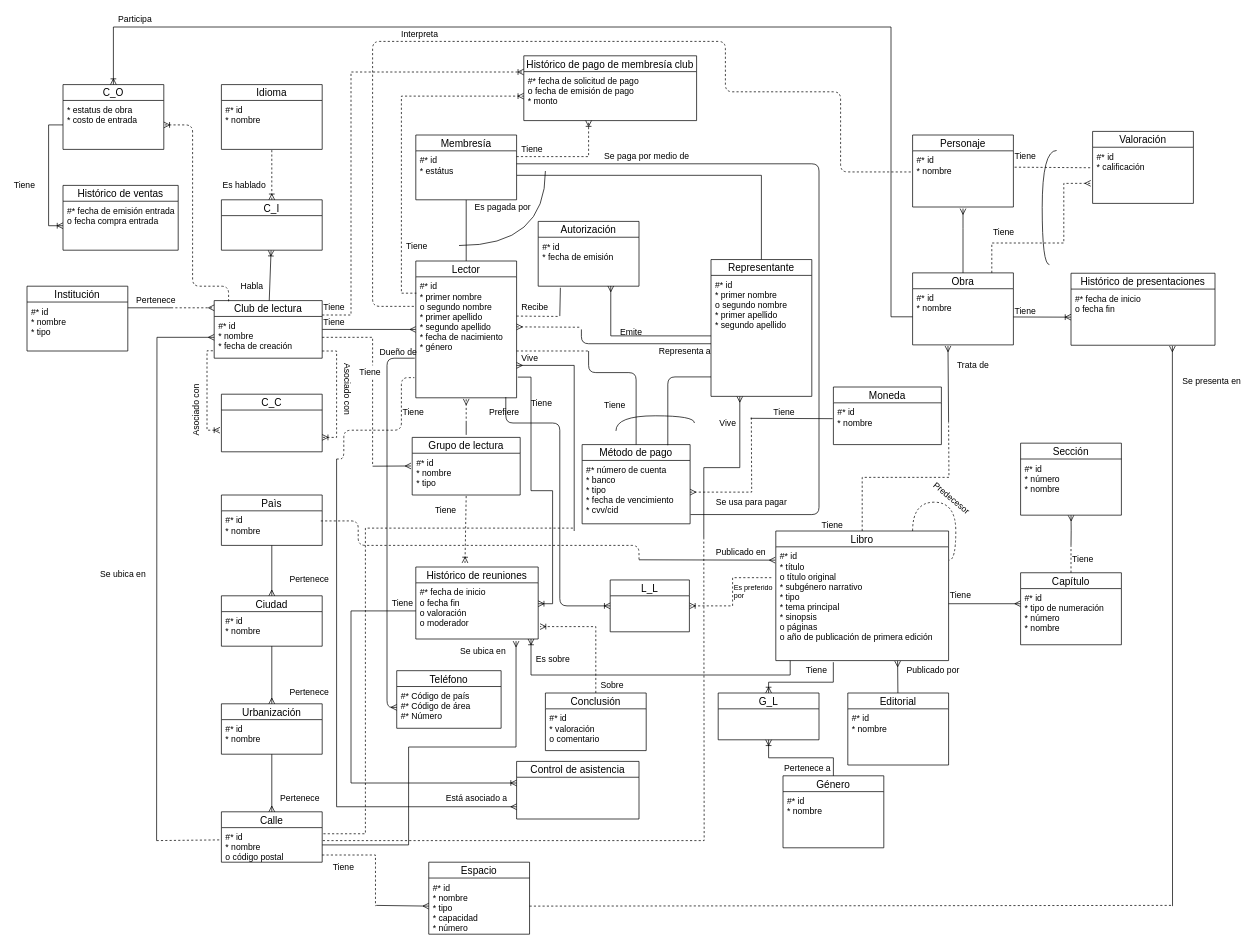
NeutronBlast/IS-Ex keeps this draw.io diagram as DB I/Hopefully this will be the last ER.drawio. Above is the earlier version. Source tidied: cells renumbered, new cells numbered last; positions are measured from the earlier drawing's top-left corner, leaving out a move shared by most shapes. Both pictures are drawn from the tidied source at 72%, with x=0, y=0 at pixel (12, 12).
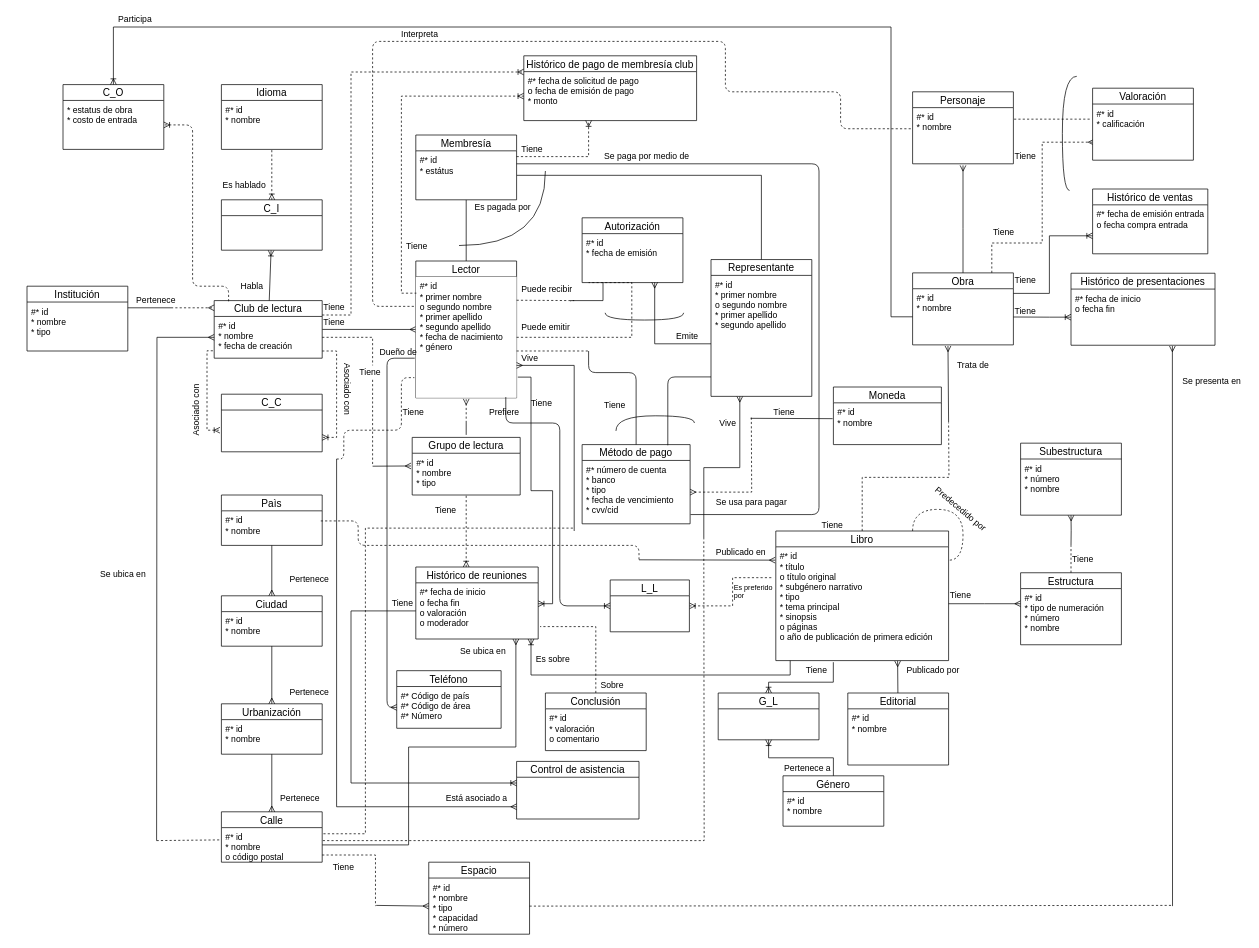
Above is the later version.

Commit message:
cambio capitulo,autorizacion y H_ventas

The change refers to these unchanged cells:
```xml
<mxCell id="10" value="Ciudad" style="swimlane;fontStyle=0;horizontal=1;startSize=22;fillColor=none;swimlaneFillColor=#ffffff;align=center;fontSize=14;" parent="1" vertex="1">
  <mxGeometry x="290" y="810" width="140" height="70" as="geometry" />
</mxCell>
<mxCell id="17" value="#* id&#10;* nombre&#10;o código postal&#10;" style="text;strokeColor=none;fillColor=none;spacingLeft=4;spacingRight=4;overflow=hidden;points=[[0,0.5],[1,0.5]];portConstraint=eastwest;fontSize=12;" parent="16" vertex="1">
  <mxGeometry y="22" width="140" height="48" as="geometry" />
</mxCell>
<mxCell id="18" value="Lector" style="swimlane;fontStyle=0;horizontal=1;startSize=22;fillColor=none;swimlaneFillColor=#ffffff;align=center;fontSize=14;" parent="1" vertex="1">
  <mxGeometry x="560" y="345" width="140" height="190" as="geometry" />
</mxCell>
<mxCell id="41" value="#* id&#10;* primer nombre&#10;o segundo nombre&#10;* primer apellido&#10;* segundo apellido&#10;" style="text;strokeColor=none;fillColor=none;spacingLeft=4;spacingRight=4;overflow=hidden;points=[[0,0.5],[1,0.5]];portConstraint=eastwest;fontSize=12;" parent="40" vertex="1">
  <mxGeometry y="22" width="140" height="168" as="geometry" />
</mxCell>
<mxCell id="43" value="#* id&#10;* fecha de emisión&#10;" style="text;strokeColor=none;fillColor=none;spacingLeft=4;spacingRight=4;overflow=hidden;points=[[0,0.5],[1,0.5]];portConstraint=eastwest;fontSize=12;" parent="42" vertex="1">
  <mxGeometry y="22" width="140" height="68" as="geometry" />
</mxCell>
<mxCell id="93" value="Histórico de reuniones" style="swimlane;fontStyle=0;horizontal=1;startSize=22;fillColor=none;swimlaneFillColor=#ffffff;align=center;fontSize=14;" parent="1" vertex="1">
  <mxGeometry x="560" y="770" width="170" height="100" as="geometry" />
</mxCell>
<mxCell id="94" value="#* fecha de inicio&#10;o fecha fin&#10;o valoración&#10;o moderador&#10;" style="text;strokeColor=none;fillColor=none;spacingLeft=4;spacingRight=4;overflow=hidden;points=[[0,0.5],[1,0.5]];portConstraint=eastwest;fontSize=12;" parent="93" vertex="1">
  <mxGeometry y="22" width="170" height="78" as="geometry" />
</mxCell>
<mxCell id="104" value="Libro" style="swimlane;fontStyle=0;horizontal=1;startSize=22;fillColor=none;swimlaneFillColor=#ffffff;align=center;fontSize=14;" parent="1" vertex="1">
  <mxGeometry x="1060" y="720" width="240" height="180" as="geometry" />
</mxCell>
<mxCell id="106" value="#* id&#10;* título&#10;o título original&#10;* subgénero narrativo&#10;* tipo&#10;* tema principal&#10;* sinopsis&#10;o páginas&#10;o año de publicación de primera edición&#10;" style="text;strokeColor=none;fillColor=none;spacingLeft=4;spacingRight=4;overflow=hidden;points=[[0,0.5],[1,0.5]];portConstraint=eastwest;fontSize=12;" parent="104" vertex="1">
  <mxGeometry y="22" width="240" height="158" as="geometry" />
</mxCell>
<mxCell id="111" value="Conclusión" style="swimlane;fontStyle=0;horizontal=1;startSize=22;fillColor=none;swimlaneFillColor=#ffffff;align=center;fontSize=14;" parent="1" vertex="1">
  <mxGeometry x="740" y="945" width="140" height="80" as="geometry" />
</mxCell>
<mxCell id="151" value="Obra" style="swimlane;fontStyle=0;horizontal=1;startSize=22;fillColor=none;swimlaneFillColor=#ffffff;align=center;fontSize=14;" parent="1" vertex="1">
  <mxGeometry x="1250" y="361.5" width="140" height="100" as="geometry" />
</mxCell>
<mxCell id="152" value="#* id&#10;* nombre&#10;&#10;&#10;" style="text;strokeColor=none;fillColor=none;spacingLeft=4;spacingRight=4;overflow=hidden;points=[[0,0.5],[1,0.5]];portConstraint=eastwest;fontSize=12;" parent="151" vertex="1">
  <mxGeometry y="22" width="140" height="78" as="geometry" />
</mxCell>
<mxCell id="157" value="#* id&#10;* nombre&#10;&#10;&#10;" style="text;strokeColor=none;fillColor=none;spacingLeft=4;spacingRight=4;overflow=hidden;points=[[0,0.5],[1,0.5]];portConstraint=eastwest;fontSize=12;" parent="156" vertex="1">
  <mxGeometry y="22" width="140" height="78" as="geometry" />
</mxCell>
<mxCell id="159" value="#* fecha de inicio&#10;o fecha fin&#10;&#10;&#10;&#10;" style="text;strokeColor=none;fillColor=none;spacingLeft=4;spacingRight=4;overflow=hidden;points=[[0,0.5],[1,0.5]];portConstraint=eastwest;fontSize=12;" parent="158" vertex="1">
  <mxGeometry y="22" width="200" height="78" as="geometry" />
</mxCell>
<mxCell id="167" value="#* id&#10;* calificación&#10;&#10;" style="text;strokeColor=none;fillColor=none;spacingLeft=4;spacingRight=4;overflow=hidden;points=[[0,0.5],[1,0.5]];portConstraint=eastwest;fontSize=12;" parent="166" vertex="1">
  <mxGeometry y="22" width="140" height="78" as="geometry" />
</mxCell>
<mxCell id="173" value="* estatus de obra&#10;* costo de entrada&#10;" style="text;strokeColor=none;fillColor=none;spacingLeft=4;spacingRight=4;overflow=hidden;points=[[0,0.5],[1,0.5]];portConstraint=eastwest;fontSize=12;" parent="172" vertex="1">
  <mxGeometry y="22" width="140" height="68" as="geometry" />
</mxCell>
<mxCell id="178" value="#* fecha de emisión entrada&#10;o fecha compra entrada&#10;" style="text;strokeColor=none;fillColor=none;spacingLeft=4;spacingRight=4;overflow=hidden;points=[[0,0.5],[1,0.5]];portConstraint=eastwest;fontSize=12;" parent="177" vertex="1">
  <mxGeometry y="22" width="160" height="68" as="geometry" />
</mxCell>
```

The edit, as a diff of the source:
```diff
@@
-    <mxCell id="11" value="#* id&#10;* nombre" style="text;strokeColor=none;fillColor=none;spacingLeft=4;spacingRight=4;overflow=hidden;points=[[0,0.5],[1,0.5]];portConstraint=eastwest;fontSize=12;" parent="10" vertex="1">
+    <mxCell id="11" value="#* id&#10;* nombre" style="text;strokeColor=none;fillColor=none;spacingLeft=4;spacingRight=4;overflow=hidden;points=[[0,0.5],[1,0.5]];portConstraint=eastwest;fontSize=12;labelBorderColor=none;rounded=0;" parent="10" vertex="1">
       <mxGeometry y="22" width="140" height="48" as="geometry" />
     </mxCell>
@@
-    <mxCell id="19" value="#* id&#10;* primer nombre&#10;o segundo nombre&#10;* primer apellido&#10;* segundo apellido&#10;* fecha de nacimiento&#10;* género&#10;" style="text;strokeColor=none;fillColor=none;spacingLeft=4;spacingRight=4;overflow=hidden;points=[[0,0.5],[1,0.5]];portConstraint=eastwest;fontSize=12;" parent="18" vertex="1">
+    <mxCell id="19" value="#* id&#10;* primer nombre&#10;o segundo nombre&#10;* primer apellido&#10;* segundo apellido&#10;* fecha de nacimiento&#10;* género&#10;" style="text;strokeColor=none;fillColor=#ffffff;spacingLeft=4;spacingRight=4;overflow=hidden;points=[[0,0.5],[1,0.5]];portConstraint=eastwest;fontSize=12;" parent="18" vertex="1">
       <mxGeometry y="22" width="140" height="168" as="geometry" />
     </mxCell>
@@
     <mxCell id="42" value="Autorización" style="swimlane;fontStyle=0;horizontal=1;startSize=22;fillColor=none;swimlaneFillColor=#ffffff;align=center;fontSize=14;" parent="1" vertex="1">
-      <mxGeometry x="730" y="290" width="140" height="90" as="geometry" />
+      <mxGeometry x="791" y="285" width="140" height="90" as="geometry" />
     </mxCell>
@@
     <mxCell id="64" style="endArrow=none;dashed=1;html=1;strokeColor=#000000;" parent="1" edge="1">
       <mxGeometry relative="1" as="geometry">
-        <mxPoint x="700" y="421.5" as="sourcePoint" />
-        <mxPoint x="760" y="422" as="targetPoint" />
+        <mxPoint x="700" y="399.5" as="sourcePoint" />
+        <mxPoint x="780" y="400" as="targetPoint" />
       </mxGeometry>
     </mxCell>
-    <mxCell id="65" style="endArrow=none;html=1;strokeColor=#000000;entryX=0.22;entryY=1.032;entryDx=0;entryDy=0;entryPerimeter=0;" parent="1" edge="1" target="43">
-      <mxGeometry relative="1" as="geometry">
-        <mxPoint x="760" y="421.5" as="sourcePoint" />
-      </mxGeometry>
-    </mxCell>
     <mxCell id="66" style="edgeStyle=orthogonalEdgeStyle;rounded=0;jettySize=auto;html=1;startArrow=none;startFill=0;endArrow=ERmany;endFill=0;strokeColor=#000000;entryX=0.72;entryY=0.995;entryDx=0;entryDy=0;entryPerimeter=0;" parent="1" edge="1" source="41" target="43">
-      <mxGeometry relative="1" as="geometry" />
+      <mxGeometry relative="1" as="geometry">
+        <Array as="points">
+          <mxPoint x="892" y="460" />
+        </Array>
+      </mxGeometry>
     </mxCell>
-    <mxCell id="67" value="Recibe" style="text;html=1;points=[];align=left;verticalAlign=top;spacingTop=-4;" parent="1" vertex="1">
-      <mxGeometry x="705" y="400" width="50" height="20" as="geometry" />
+    <mxCell id="67" value="Puede recibir" style="text;html=1;points=[];align=left;verticalAlign=top;spacingTop=-4;" parent="1" vertex="1">
+      <mxGeometry x="705" y="375" width="90" height="20" as="geometry" />
     </mxCell>
     <mxCell id="68" value="Emite" style="text;html=1;align=left;verticalAlign=top;spacingTop=-4;" parent="1" vertex="1">
-      <mxGeometry x="842" y="434" width="50" height="20" as="geometry" />
+      <mxGeometry x="920" y="440" width="50" height="20" as="geometry" />
     </mxCell>
-    <mxCell id="69" style="endArrow=none;html=1;strokeColor=#000000;dashed=1;startArrow=ERmany;startFill=0;" parent="1" edge="1">
-      <mxGeometry relative="1" as="geometry">
-        <mxPoint x="700" y="436.5" as="sourcePoint" />
-        <mxPoint x="790" y="437" as="targetPoint" />
-      </mxGeometry>
-    </mxCell>
-    <mxCell id="70" style="endArrow=none;html=1;strokeColor=#000000;edgeStyle=orthogonalEdgeStyle;entryX=0;entryY=0.565;entryDx=0;entryDy=0;entryPerimeter=0;" parent="1" edge="1" target="41">
-      <mxGeometry relative="1" as="geometry">
-        <mxPoint x="790" y="440" as="sourcePoint" />
-        <Array as="points">
-          <mxPoint x="790" y="460" />
-        </Array>
-      </mxGeometry>
-    </mxCell>
-    <mxCell id="71" value="Representa a" style="text;html=1;align=left;verticalAlign=top;spacingTop=-4;" parent="1" vertex="1">
-      <mxGeometry x="896" y="460" width="90" height="20" as="geometry" />
-    </mxCell>
@@
-    <mxCell id="95" style="endArrow=none;html=1;strokeColor=#000000;exitX=0.402;exitY=-0.056;exitDx=0;exitDy=0;exitPerimeter=0;dashed=1;startArrow=ERoneToMany;startFill=0;" parent="1" edge="1" source="93">
+    <mxCell id="95" style="endArrow=none;html=1;strokeColor=#000000;dashed=1;startArrow=ERoneToMany;startFill=0;" parent="1" edge="1">
       <mxGeometry relative="1" as="geometry">
+        <mxPoint x="630" y="770" as="sourcePoint" />
         <mxPoint x="630" y="670" as="targetPoint" />
       </mxGeometry>
     </mxCell>
@@
     <mxCell id="105" style="endArrow=none;dashed=1;html=1;strokeColor=#000000;edgeStyle=orthogonalEdgeStyle;entryX=1.003;entryY=0.117;entryDx=0;entryDy=0;entryPerimeter=0;curved=1;" parent="104" edge="1" target="106">
       <mxGeometry relative="1" as="geometry">
         <mxPoint x="190" as="sourcePoint" />
         <Array as="points">
-          <mxPoint x="190" y="-40" />
-          <mxPoint x="250" y="-40" />
-          <mxPoint x="250" y="41" />
+          <mxPoint x="190" y="-30" />
+          <mxPoint x="260" y="-30" />
+          <mxPoint x="260" y="41" />
         </Array>
       </mxGeometry>
     </mxCell>
@@
-    <mxCell id="110" style="edgeStyle=orthogonalEdgeStyle;rounded=0;jettySize=auto;html=1;entryX=1.015;entryY=0.779;entryDx=0;entryDy=0;entryPerimeter=0;startArrow=none;startFill=0;endArrow=ERoneToMany;endFill=0;strokeColor=#000000;dashed=1;" parent="1" edge="1" source="111" target="94">
+    <mxCell id="110" style="edgeStyle=orthogonalEdgeStyle;rounded=0;jettySize=auto;html=1;entryX=1.015;entryY=0.779;entryDx=0;entryDy=0;entryPerimeter=0;startArrow=none;startFill=0;endArrow=none;endFill=0;strokeColor=#000000;dashed=1;" parent="1" edge="1" source="111" target="94">
       <mxGeometry relative="1" as="geometry" />
     </mxCell>
@@
-    <mxCell id="113" style="edgeStyle=orthogonalEdgeStyle;rounded=0;jettySize=auto;html=1;entryX=0.819;entryY=1.037;entryDx=0;entryDy=0;startArrow=none;startFill=0;endArrow=ERmany;endFill=0;strokeColor=#000000;entryPerimeter=0;" parent="1" edge="1" source="17" target="94">
+    <mxCell id="113" style="edgeStyle=orthogonalEdgeStyle;rounded=0;jettySize=auto;html=1;startArrow=none;startFill=0;endArrow=ERmany;endFill=0;strokeColor=#000000;" parent="1" edge="1" source="17" target="94">
       <mxGeometry relative="1" as="geometry">
         <Array as="points">
           <mxPoint x="550" y="1156" />
           <mxPoint x="550" y="1020" />
           <mxPoint x="699" y="1020" />
         </Array>
       </mxGeometry>
     </mxCell>
@@
     <mxCell id="126" value="Género" style="swimlane;fontStyle=0;horizontal=1;startSize=22;fillColor=none;swimlaneFillColor=#ffffff;align=center;fontSize=14;" parent="1" vertex="1">
-      <mxGeometry x="1070" y="1060" width="140" height="100" as="geometry" />
+      <mxGeometry x="1070" y="1060" width="140" height="70" as="geometry" />
     </mxCell>
     <mxCell id="127" value="#* id&#10;* nombre&#10;&#10;&#10;" style="text;strokeColor=none;fillColor=none;spacingLeft=4;spacingRight=4;overflow=hidden;fontSize=12;" parent="126" vertex="1">
-      <mxGeometry y="22" width="140" height="78" as="geometry" />
+      <mxGeometry y="22" width="140" height="48" as="geometry" />
     </mxCell>
@@
-    <mxCell id="131" value="Predecesor" style="text;html=1;align=left;verticalAlign=top;spacingTop=-4;rotation=40;" parent="1" vertex="1">
-      <mxGeometry x="1270" y="670" width="80" height="20" as="geometry" />
+    <mxCell id="131" value="Predecedido por" style="text;html=1;align=left;verticalAlign=top;spacingTop=-4;rotation=40;" parent="1" vertex="1">
+      <mxGeometry x="1270" y="682" width="100" height="20" as="geometry" />
     </mxCell>
@@
-    <mxCell id="135" value="Capítulo" style="swimlane;fontStyle=0;horizontal=1;startSize=22;fillColor=none;swimlaneFillColor=#ffffff;align=center;fontSize=14;" parent="1" vertex="1">
+    <mxCell id="135" value="Estructura" style="swimlane;fontStyle=0;horizontal=1;startSize=22;fillColor=none;swimlaneFillColor=#ffffff;align=center;fontSize=14;" parent="1" vertex="1">
       <mxGeometry x="1400" y="778" width="140" height="100" as="geometry" />
     </mxCell>
@@
-    <mxCell id="137" value="Sección" style="swimlane;fontStyle=0;horizontal=1;startSize=22;fillColor=none;swimlaneFillColor=#ffffff;align=center;fontSize=14;" parent="1" vertex="1">
+    <mxCell id="137" value="Subestructura" style="swimlane;fontStyle=0;horizontal=1;startSize=22;fillColor=none;swimlaneFillColor=#ffffff;align=center;fontSize=14;" parent="1" vertex="1">
       <mxGeometry x="1400" y="598" width="140" height="100" as="geometry" />
     </mxCell>
@@
     <mxCell id="139" value="Tiene" style="text;html=1;align=left;verticalAlign=top;spacingTop=-4;" parent="1" vertex="1">
-      <mxGeometry x="1470" y="750" width="40" height="20" as="geometry" />
+      <mxGeometry x="1470" y="750" width="50" height="20" as="geometry" />
     </mxCell>
@@
-    <mxCell id="150" style="edgeStyle=orthogonalEdgeStyle;rounded=0;jettySize=auto;html=1;entryX=-0.018;entryY=0.643;entryDx=0;entryDy=0;entryPerimeter=0;dashed=1;startArrow=none;startFill=0;endArrow=ERmany;endFill=0;strokeColor=#000000;" parent="1" edge="1" source="151" target="167">
+    <mxCell id="150" style="edgeStyle=orthogonalEdgeStyle;rounded=0;jettySize=auto;html=1;dashed=1;startArrow=none;startFill=0;endArrow=ERmany;endFill=0;strokeColor=#000000;entryX=0.014;entryY=0.679;entryDx=0;entryDy=0;entryPerimeter=0;" parent="1" edge="1" source="151" target="167">
       <mxGeometry relative="1" as="geometry">
         <Array as="points">
           <mxPoint x="1360" y="320" />
-          <mxPoint x="1460" y="320" />
-          <mxPoint x="1460" y="237" />
+          <mxPoint x="1430" y="320" />
+          <mxPoint x="1430" y="180" />
         </Array>
       </mxGeometry>
     </mxCell>
@@
     <mxCell id="156" value="Personaje" style="swimlane;fontStyle=0;horizontal=1;startSize=22;fillColor=none;swimlaneFillColor=#ffffff;align=center;fontSize=14;" parent="1" vertex="1">
-      <mxGeometry x="1250" y="170" width="140" height="100" as="geometry" />
+      <mxGeometry x="1250" y="110" width="140" height="100" as="geometry" />
     </mxCell>
@@
-    <mxCell id="165" style="rounded=0;jettySize=auto;html=1;entryX=1.006;entryY=0.291;entryDx=0;entryDy=0;entryPerimeter=0;startArrow=none;startFill=0;endArrow=none;endFill=0;strokeColor=#000000;dashed=1;exitX=-0.024;exitY=0.365;exitDx=0;exitDy=0;exitPerimeter=0;" parent="1" edge="1" source="167" target="157">
-      <mxGeometry relative="1" as="geometry" />
+    <mxCell id="165" style="rounded=0;jettySize=auto;html=1;startArrow=none;startFill=0;endArrow=none;endFill=0;strokeColor=#000000;dashed=1;exitX=-0.029;exitY=0.269;exitDx=0;exitDy=0;exitPerimeter=0;" parent="1" edge="1" source="167">
+      <mxGeometry relative="1" as="geometry">
+        <mxPoint x="1391" y="148" as="targetPoint" />
+      </mxGeometry>
     </mxCell>
     <mxCell id="166" value="Valoración" style="swimlane;fontStyle=0;horizontal=1;startSize=22;fillColor=none;swimlaneFillColor=#ffffff;align=center;fontSize=14;" parent="1" vertex="1">
-      <mxGeometry x="1500" y="165" width="140" height="100" as="geometry" />
+      <mxGeometry x="1500" y="105" width="140" height="100" as="geometry" />
     </mxCell>
@@
     <mxCell id="168" style="endArrow=none;html=1;strokeColor=#000000;edgeStyle=orthogonalEdgeStyle;curved=1;" parent="1" edge="1">
       <mxGeometry relative="1" as="geometry">
-        <mxPoint x="1440" y="350" as="sourcePoint" />
-        <mxPoint x="1450" y="191.5" as="targetPoint" />
+        <mxPoint x="1468" y="247" as="sourcePoint" />
+        <mxPoint x="1478" y="88.5" as="targetPoint" />
         <Array as="points">
-          <mxPoint x="1430" y="350" />
-          <mxPoint x="1430" y="191" />
+          <mxPoint x="1458" y="247" />
+          <mxPoint x="1458" y="88" />
         </Array>
       </mxGeometry>
     </mxCell>
     <mxCell id="169" style="endArrow=none;dashed=1;html=1;strokeColor=#000000;edgeStyle=orthogonalEdgeStyle;exitX=-0.018;exitY=0.376;exitDx=0;exitDy=0;exitPerimeter=0;" parent="1" edge="1" source="157">
       <mxGeometry relative="1" as="geometry">
         <mxPoint x="560" y="408" as="targetPoint" />
         <Array as="points">
-          <mxPoint x="1150" y="221" />
+          <mxPoint x="1150" y="161" />
           <mxPoint x="1150" y="110" />
           <mxPoint x="990" y="110" />
           <mxPoint x="990" y="40" />
           <mxPoint x="500" y="40" />
           <mxPoint x="500" y="408" />
         </Array>
       </mxGeometry>
     </mxCell>
@@
     <mxCell id="176" style="rounded=0;jettySize=auto;html=1;entryX=0;entryY=0.5;entryDx=0;entryDy=0;startArrow=none;startFill=0;endArrow=ERoneToMany;endFill=0;strokeColor=#000000;" parent="1" edge="1" source="152" target="159">
-      <mxGeometry relative="1" as="geometry" />
+      <mxGeometry relative="1" as="geometry">
+        <Array as="points">
+          <mxPoint x="1440" y="423" />
+        </Array>
+      </mxGeometry>
     </mxCell>
     <mxCell id="177" value="Histórico de ventas" style="swimlane;fontStyle=0;horizontal=1;startSize=22;fillColor=none;swimlaneFillColor=#ffffff;align=center;fontSize=14;" parent="1" vertex="1">
-      <mxGeometry x="70" y="240" width="160" height="90" as="geometry" />
+      <mxGeometry x="1500" y="245" width="160" height="90" as="geometry" />
     </mxCell>
@@
-    <mxCell id="179" style="edgeStyle=orthogonalEdgeStyle;rounded=0;jettySize=auto;html=1;entryX=0;entryY=0.5;entryDx=0;entryDy=0;startArrow=none;startFill=0;endArrow=ERoneToMany;endFill=0;strokeColor=#000000;" parent="1" edge="1" source="173" target="178">
+    <mxCell id="179" style="edgeStyle=orthogonalEdgeStyle;rounded=0;jettySize=auto;html=1;startArrow=none;startFill=0;endArrow=ERoneToMany;endFill=0;strokeColor=#000000;" parent="1" edge="1" source="152" target="178">
       <mxGeometry relative="1" as="geometry">
         <Array as="points">
-          <mxPoint x="50" y="156" />
-          <mxPoint x="50" y="296" />
+          <mxPoint x="1440" y="390" />
+          <mxPoint x="1440" y="310" />
         </Array>
       </mxGeometry>
     </mxCell>
@@
     <mxCell id="184" value="Tiene" style="text;html=1;align=left;verticalAlign=top;spacingTop=-4;" parent="1" vertex="1">
-      <mxGeometry y="230" width="40" height="20" as="geometry" />
+      <mxGeometry x="1390" y="362" width="40" height="20" as="geometry" />
     </mxCell>
@@
+    <mxCell id="194" value="Puede emitir" style="text;html=1;align=left;verticalAlign=top;spacingTop=-4;" parent="1" vertex="1">
+      <mxGeometry x="705" y="428" width="80" height="20" as="geometry" />
+    </mxCell>
+    <mxCell id="195" style="endArrow=none;dashed=1;html=1;edgeStyle=orthogonalEdgeStyle;rounded=0;" parent="1" edge="1" source="19">
+      <mxGeometry relative="1" as="geometry">
+        <mxPoint x="800" y="375" as="targetPoint" />
+        <Array as="points">
+          <mxPoint x="860" y="451" />
+          <mxPoint x="860" y="375" />
+        </Array>
+      </mxGeometry>
+    </mxCell>
+    <mxCell id="196" style="endArrow=none;html=1;strokeColor=#000000;edgeStyle=orthogonalEdgeStyle;curved=1;" parent="1" edge="1">
+      <mxGeometry relative="1" as="geometry">
+        <mxPoint x="823" y="417" as="sourcePoint" />
+        <mxPoint x="932" y="417" as="targetPoint" />
+        <Array as="points">
+          <mxPoint x="823" y="427" />
+          <mxPoint x="932" y="427" />
+        </Array>
+      </mxGeometry>
+    </mxCell>
+    <mxCell id="197" style="endArrow=none;html=1;exitX=0.778;exitY=1.3;exitDx=0;exitDy=0;exitPerimeter=0;edgeStyle=orthogonalEdgeStyle;rounded=0;" parent="1" edge="1" source="67" target="43">
+      <mxGeometry relative="1" as="geometry">
+        <Array as="points">
+          <mxPoint x="775" y="400" />
+          <mxPoint x="820" y="400" />
+        </Array>
+      </mxGeometry>
+    </mxCell>
```
